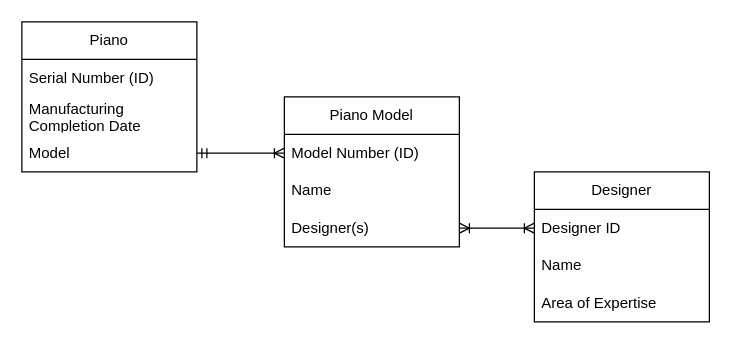
Before: page "Problem 2" (2 of 2) of Jan29.drawio in robeeds/is380-drawio, a draw.io diagram. Source tidied: cells renumbered, new cells numbered last; positions are measured from the earlier drawing's top-left corner, leaving out a move shared by most shapes. Both pictures are drawn from the tidied source at 125%, with x=0, y=0 at pixel (21, 21).
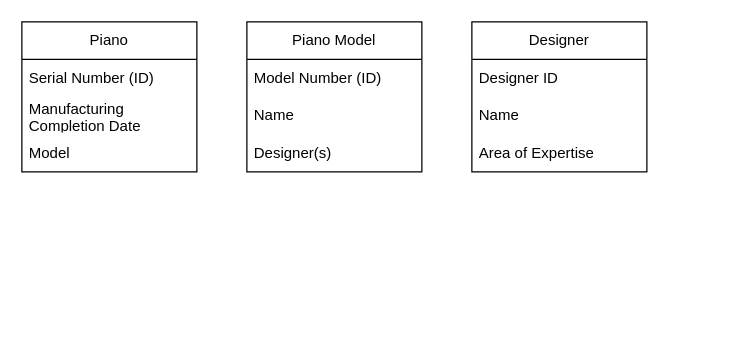
The same page after the edit.

What changed in the source:
```diff
@@
 <mxGraphModel>
   <root>
     <mxCell id="0" />
     <mxCell id="1" parent="0" />
     <mxCell id="2" value="Piano" style="swimlane;fontStyle=0;horizontal=1;startSize=30;whiteSpace=wrap;html=1;" parent="1" vertex="1">
       <mxGeometry width="140" height="120" as="geometry" />
     </mxCell>
     <mxCell id="3" value="Serial Number (ID)" style="text;strokeColor=none;fillColor=none;align=left;verticalAlign=middle;spacingLeft=4;spacingRight=4;overflow=hidden;whiteSpace=wrap;html=1;" parent="2" vertex="1">
       <mxGeometry y="30" width="140" height="30" as="geometry" />
     </mxCell>
     <mxCell id="4" value="Manufacturing Completion Date" style="text;strokeColor=none;fillColor=none;align=left;verticalAlign=middle;spacingLeft=4;spacingRight=4;overflow=hidden;whiteSpace=wrap;html=1;" parent="2" vertex="1">
       <mxGeometry y="60" width="140" height="30" as="geometry" />
     </mxCell>
     <mxCell id="5" value="Model" style="text;strokeColor=none;fillColor=none;align=left;verticalAlign=middle;spacingLeft=4;spacingRight=4;overflow=hidden;points=[[0,0.5],[1,0.5]];portConstraint=eastwest;whiteSpace=wrap;html=1;" parent="2" vertex="1">
       <mxGeometry y="90" width="140" height="30" as="geometry" />
     </mxCell>
     <mxCell id="6" value="Piano Model" style="swimlane;fontStyle=0;horizontal=1;startSize=30;whiteSpace=wrap;html=1;" parent="1" vertex="1">
-      <mxGeometry x="210" y="60" width="140" height="120" as="geometry" />
+      <mxGeometry x="180" width="140" height="120" as="geometry" />
     </mxCell>
     <mxCell id="7" value="Model Number (ID)" style="text;strokeColor=none;fillColor=none;align=left;verticalAlign=middle;spacingLeft=4;spacingRight=4;overflow=hidden;points=[[0,0.5],[1,0.5]];portConstraint=eastwest;whiteSpace=wrap;html=1;" parent="6" vertex="1">
       <mxGeometry y="30" width="140" height="30" as="geometry" />
     </mxCell>
     <mxCell id="8" value="Name" style="text;strokeColor=none;fillColor=none;align=left;verticalAlign=middle;spacingLeft=4;spacingRight=4;overflow=hidden;whiteSpace=wrap;html=1;" parent="6" vertex="1">
       <mxGeometry y="60" width="140" height="30" as="geometry" />
     </mxCell>
     <mxCell id="9" value="Designer(s)" style="text;strokeColor=none;fillColor=none;align=left;verticalAlign=middle;spacingLeft=4;spacingRight=4;overflow=hidden;points=[[0,0.5],[1,0.5]];portConstraint=eastwest;whiteSpace=wrap;html=1;" parent="6" vertex="1">
       <mxGeometry y="90" width="140" height="30" as="geometry" />
     </mxCell>
     <mxCell id="10" value="Designer" style="swimlane;fontStyle=0;horizontal=1;startSize=30;whiteSpace=wrap;html=1;" parent="1" vertex="1">
-      <mxGeometry x="410" y="120" width="140" height="120" as="geometry" />
+      <mxGeometry x="360" width="140" height="120" as="geometry" />
     </mxCell>
     <mxCell id="11" value="Designer ID" style="text;strokeColor=none;fillColor=none;align=left;verticalAlign=middle;spacingLeft=4;spacingRight=4;overflow=hidden;points=[[0,0.5],[1,0.5]];portConstraint=eastwest;whiteSpace=wrap;html=1;" parent="10" vertex="1">
       <mxGeometry y="30" width="140" height="30" as="geometry" />
     </mxCell>
     <mxCell id="12" value="Name" style="text;strokeColor=none;fillColor=none;align=left;verticalAlign=middle;spacingLeft=4;spacingRight=4;overflow=hidden;whiteSpace=wrap;html=1;" parent="10" vertex="1">
       <mxGeometry y="60" width="140" height="30" as="geometry" />
     </mxCell>
     <mxCell id="13" value="Area of Expertise" style="text;strokeColor=none;fillColor=none;align=left;verticalAlign=middle;spacingLeft=4;spacingRight=4;overflow=hidden;whiteSpace=wrap;html=1;" parent="10" vertex="1">
       <mxGeometry y="90" width="140" height="30" as="geometry" />
     </mxCell>
-    <mxCell id="14" style="endArrow=ERoneToMany;html=1;rounded=0;exitX=1;exitY=0.5;exitDx=0;exitDy=0;entryX=0;entryY=0.5;entryDx=0;entryDy=0;startArrow=ERmandOne;startFill=0;endFill=0;" parent="1" edge="1" source="5" target="7">
-      <mxGeometry relative="1" as="geometry" />
-    </mxCell>
-    <mxCell id="15" style="edgeStyle=orthogonalEdgeStyle;rounded=0;jettySize=auto;html=1;entryX=0;entryY=0.5;entryDx=0;entryDy=0;endArrow=ERoneToMany;startFill=0;startArrow=ERoneToMany;endFill=0;" parent="1" edge="1" source="9" target="11">
-      <mxGeometry relative="1" as="geometry" />
-    </mxCell>
   </root>
 </mxGraphModel>
```
